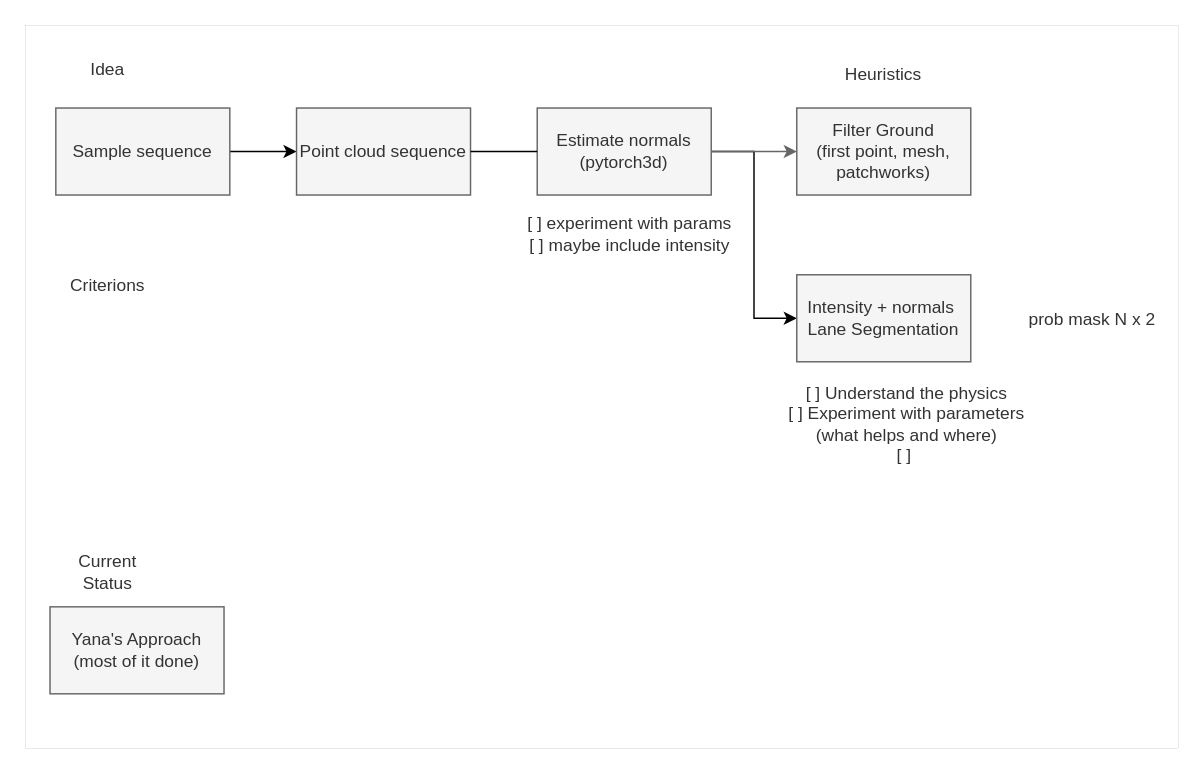
Above: schemes/segmentation.drawio in ctu-vras/Lane-extraction (draw.io), before the change. Source tidied: cells renumbered, new cells numbered last; positions are measured from the earlier drawing's top-left corner, leaving out a move shared by most shapes. Both pictures are drawn from the tidied source at 145%, with x=0, y=0 at pixel (25, 25).
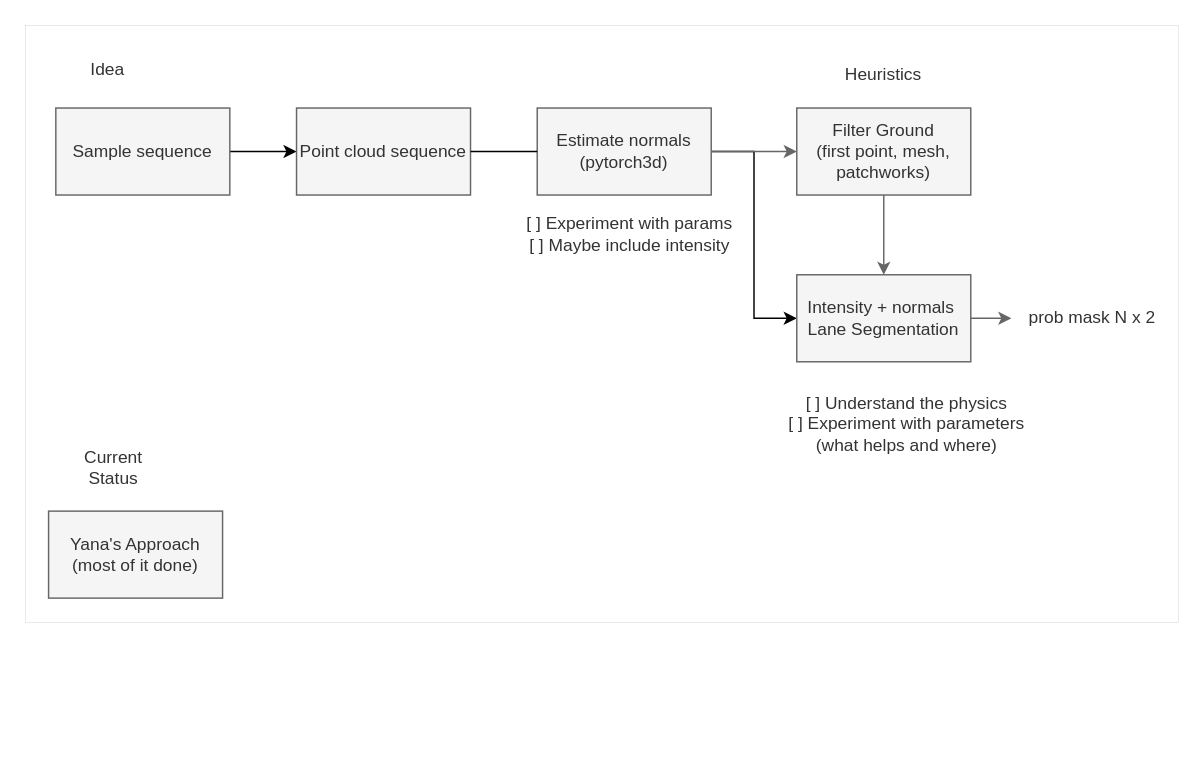
Above is the later version.

The change refers to these unchanged cells:
```xml
<mxCell id="6" value="Filter Ground&lt;br&gt;(first point, mesh, patchworks)" style="rounded=0;whiteSpace=wrap;html=1;fillColor=#f5f5f5;fontColor=#333333;strokeColor=#666666;" parent="1" vertex="1">
  <mxGeometry x="532" y="57" width="120" height="60" as="geometry" />
</mxCell>
<mxCell id="10" value="Intensity + normals&amp;nbsp;&lt;br&gt;Lane Segmentation" style="rounded=0;whiteSpace=wrap;html=1;fillColor=#f5f5f5;fontColor=#333333;strokeColor=#666666;" parent="1" vertex="1">
  <mxGeometry x="532" y="172" width="120" height="60" as="geometry" />
</mxCell>
```

Diff of the diagram source:
```diff
@@
     <mxCell id="2" style="rounded=0;whiteSpace=wrap;html=1;fillColor=#FFFFFF;fontColor=#333333;strokeColor=#666666;strokeWidth=0;" parent="1" vertex="1">
-      <mxGeometry width="795" height="499" as="geometry" />
+      <mxGeometry width="795" height="412" as="geometry" />
     </mxCell>
@@
+    <mxCell id="20" style="edgeStyle=orthogonalEdgeStyle;rounded=0;jettySize=auto;html=1;entryX=0.5;entryY=0;entryDx=0;entryDy=0;fillColor=#f5f5f5;strokeColor=#666666;" parent="1" edge="1" source="6" target="10">
+      <mxGeometry relative="1" as="geometry" />
+    </mxCell>
@@
     <mxCell id="8" value="Current Status" style="text;html=1;strokeColor=none;fillColor=none;align=center;verticalAlign=middle;whiteSpace=wrap;rounded=0;fontFamily=Helvetica;fontSize=12;fontColor=#333333;" parent="1" vertex="1">
-      <mxGeometry x="27" y="362" width="60" height="30" as="geometry" />
+      <mxGeometry x="31" y="290" width="60" height="30" as="geometry" />
     </mxCell>
@@
+    <mxCell id="21" style="edgeStyle=orthogonalEdgeStyle;rounded=0;jettySize=auto;html=1;entryX=0;entryY=0.5;entryDx=0;entryDy=0;fillColor=#f5f5f5;strokeColor=#666666;" parent="1" edge="1" source="10" target="13">
+      <mxGeometry relative="1" as="geometry" />
+    </mxCell>
@@
     <mxCell id="11" value="Yana's Approach&lt;br&gt;(most of it done)" style="rounded=0;whiteSpace=wrap;html=1;fillColor=#f5f5f5;fontColor=#333333;strokeColor=#666666;" parent="1" vertex="1">
-      <mxGeometry x="17" y="401" width="120" height="60" as="geometry" />
+      <mxGeometry x="16" y="335" width="120" height="60" as="geometry" />
     </mxCell>
-    <mxCell id="12" value="[ ] Understand the physics&lt;br&gt;[ ] Experiment with parameters (what helps and where)&lt;br&gt;[ ]&amp;nbsp;" style="text;html=1;strokeColor=none;fillColor=none;align=center;verticalAlign=middle;whiteSpace=wrap;rounded=0;fontFamily=Helvetica;fontSize=12;fontColor=#333333;" parent="1" vertex="1">
+    <mxCell id="12" value="[ ] Understand the physics&lt;br&gt;[ ] Experiment with parameters (what helps and where)&lt;br&gt;" style="text;html=1;strokeColor=none;fillColor=none;align=center;verticalAlign=middle;whiteSpace=wrap;rounded=0;fontFamily=Helvetica;fontSize=12;fontColor=#333333;" parent="1" vertex="1">
       <mxGeometry x="515" y="244" width="186" height="61" as="geometry" />
     </mxCell>
     <mxCell id="13" value="prob mask N x 2" style="text;html=1;strokeColor=none;fillColor=none;align=center;verticalAlign=middle;whiteSpace=wrap;rounded=0;fontFamily=Helvetica;fontSize=12;fontColor=#333333;" parent="1" vertex="1">
-      <mxGeometry x="680" y="174" width="112" height="58" as="geometry" />
+      <mxGeometry x="680" y="173" width="112" height="58" as="geometry" />
     </mxCell>
@@
-    <mxCell id="17" value="[ ] experiment with params&lt;br&gt;[ ] maybe include intensity" style="text;html=1;strokeColor=none;fillColor=none;align=center;verticalAlign=middle;whiteSpace=wrap;rounded=0;fontFamily=Helvetica;fontSize=12;fontColor=#333333;" parent="1" vertex="1">
+    <mxCell id="17" value="[ ] Experiment with params&lt;br&gt;[ ] Maybe include intensity" style="text;html=1;strokeColor=none;fillColor=none;align=center;verticalAlign=middle;whiteSpace=wrap;rounded=0;fontFamily=Helvetica;fontSize=12;fontColor=#333333;" parent="1" vertex="1">
       <mxGeometry x="341" y="113" width="152" height="61" as="geometry" />
     </mxCell>
@@
-    <mxCell id="19" value="Criterions" style="text;html=1;strokeColor=none;fillColor=none;align=center;verticalAlign=middle;whiteSpace=wrap;rounded=0;fontFamily=Helvetica;fontSize=12;fontColor=#333333;" parent="1" vertex="1">
-      <mxGeometry x="27" y="165" width="60" height="30" as="geometry" />
-    </mxCell>
```
